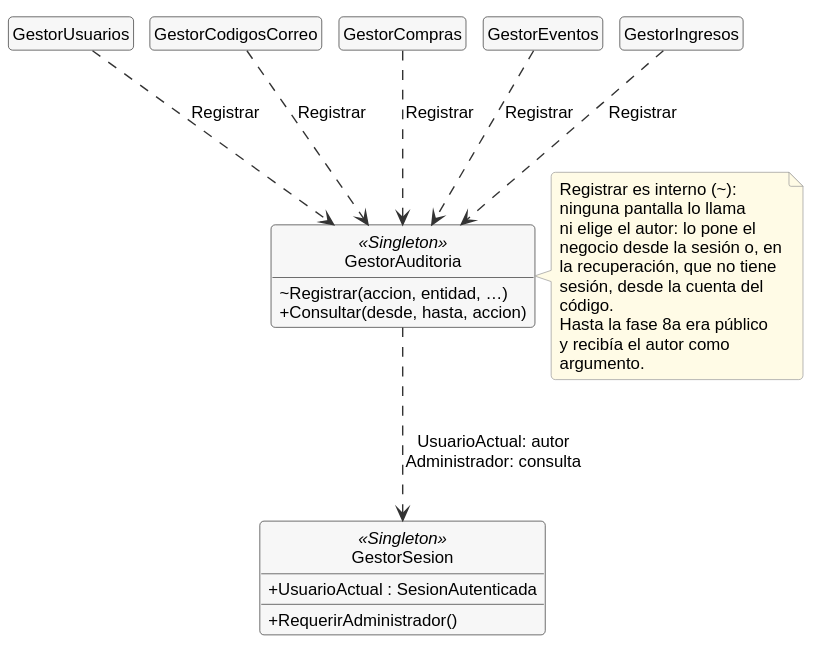
The PlantUML diagram docs/diagramas/clases-6b-auditoria.svg in MaximoAmbro/TrabajoDeDiploma, before a commit. Its diagram source:
```plantuml
@startuml
!include _estilo.iuml
hide empty members
skinparam nodesep 12
skinparam ranksep 70

class GestorUsuarios
class GestorCodigosCorreo
class GestorCompras
class GestorEventos
class GestorIngresos
class GestorAuditoria <<Singleton>> {
  ~ Registrar(accion, entidad, …)
  + Consultar(desde, hasta, accion)
}
class GestorSesion <<Singleton>> {
  + UsuarioActual : SesionAutenticada
  + RequerirAdministrador()
}

GestorUsuarios ..> GestorAuditoria : Registrar
GestorCodigosCorreo ..> GestorAuditoria : Registrar
GestorCompras ..> GestorAuditoria : Registrar
GestorEventos ..> GestorAuditoria : Registrar
GestorIngresos ..> GestorAuditoria : Registrar
GestorAuditoria ..> GestorSesion : UsuarioActual: autor\nAdministrador: consulta

note right of GestorAuditoria
  Registrar es interno (~):
  ninguna pantalla lo llama
  ni elige el autor: lo pone el
  negocio desde la sesión o, en
  la recuperación, que no tiene
  sesión, desde la cuenta del
  código.
  Hasta la fase 8a era público
  y recibía el autor como
  argumento.
end note
@enduml
```
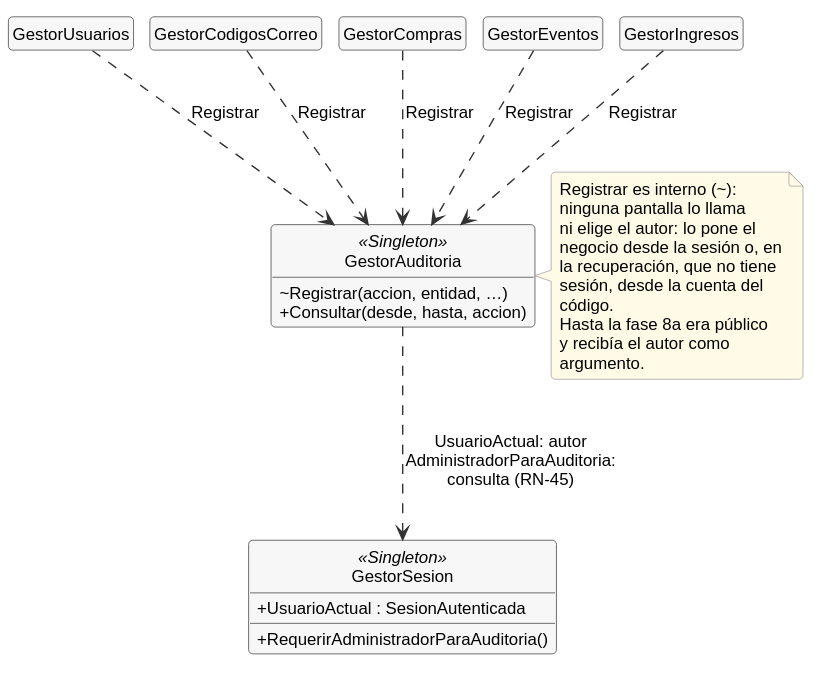
The same diagram one commit later.

The edit, as a diff of the source:
```diff
@@ -15,7 +15,7 @@
 }
 class GestorSesion <<Singleton>> {
   + UsuarioActual : SesionAutenticada
-  + RequerirAdministrador()
+  + RequerirAdministradorParaAuditoria()
 }
 
 GestorUsuarios ..> GestorAuditoria : Registrar
@@ -23,7 +23,7 @@
 GestorCompras ..> GestorAuditoria : Registrar
 GestorEventos ..> GestorAuditoria : Registrar
 GestorIngresos ..> GestorAuditoria : Registrar
-GestorAuditoria ..> GestorSesion : UsuarioActual: autor\nAdministrador: consulta
+GestorAuditoria ..> GestorSesion : UsuarioActual: autor\nAdministradorParaAuditoria:\nconsulta (RN-45)
 
 note right of GestorAuditoria
   Registrar es interno (~):
```
